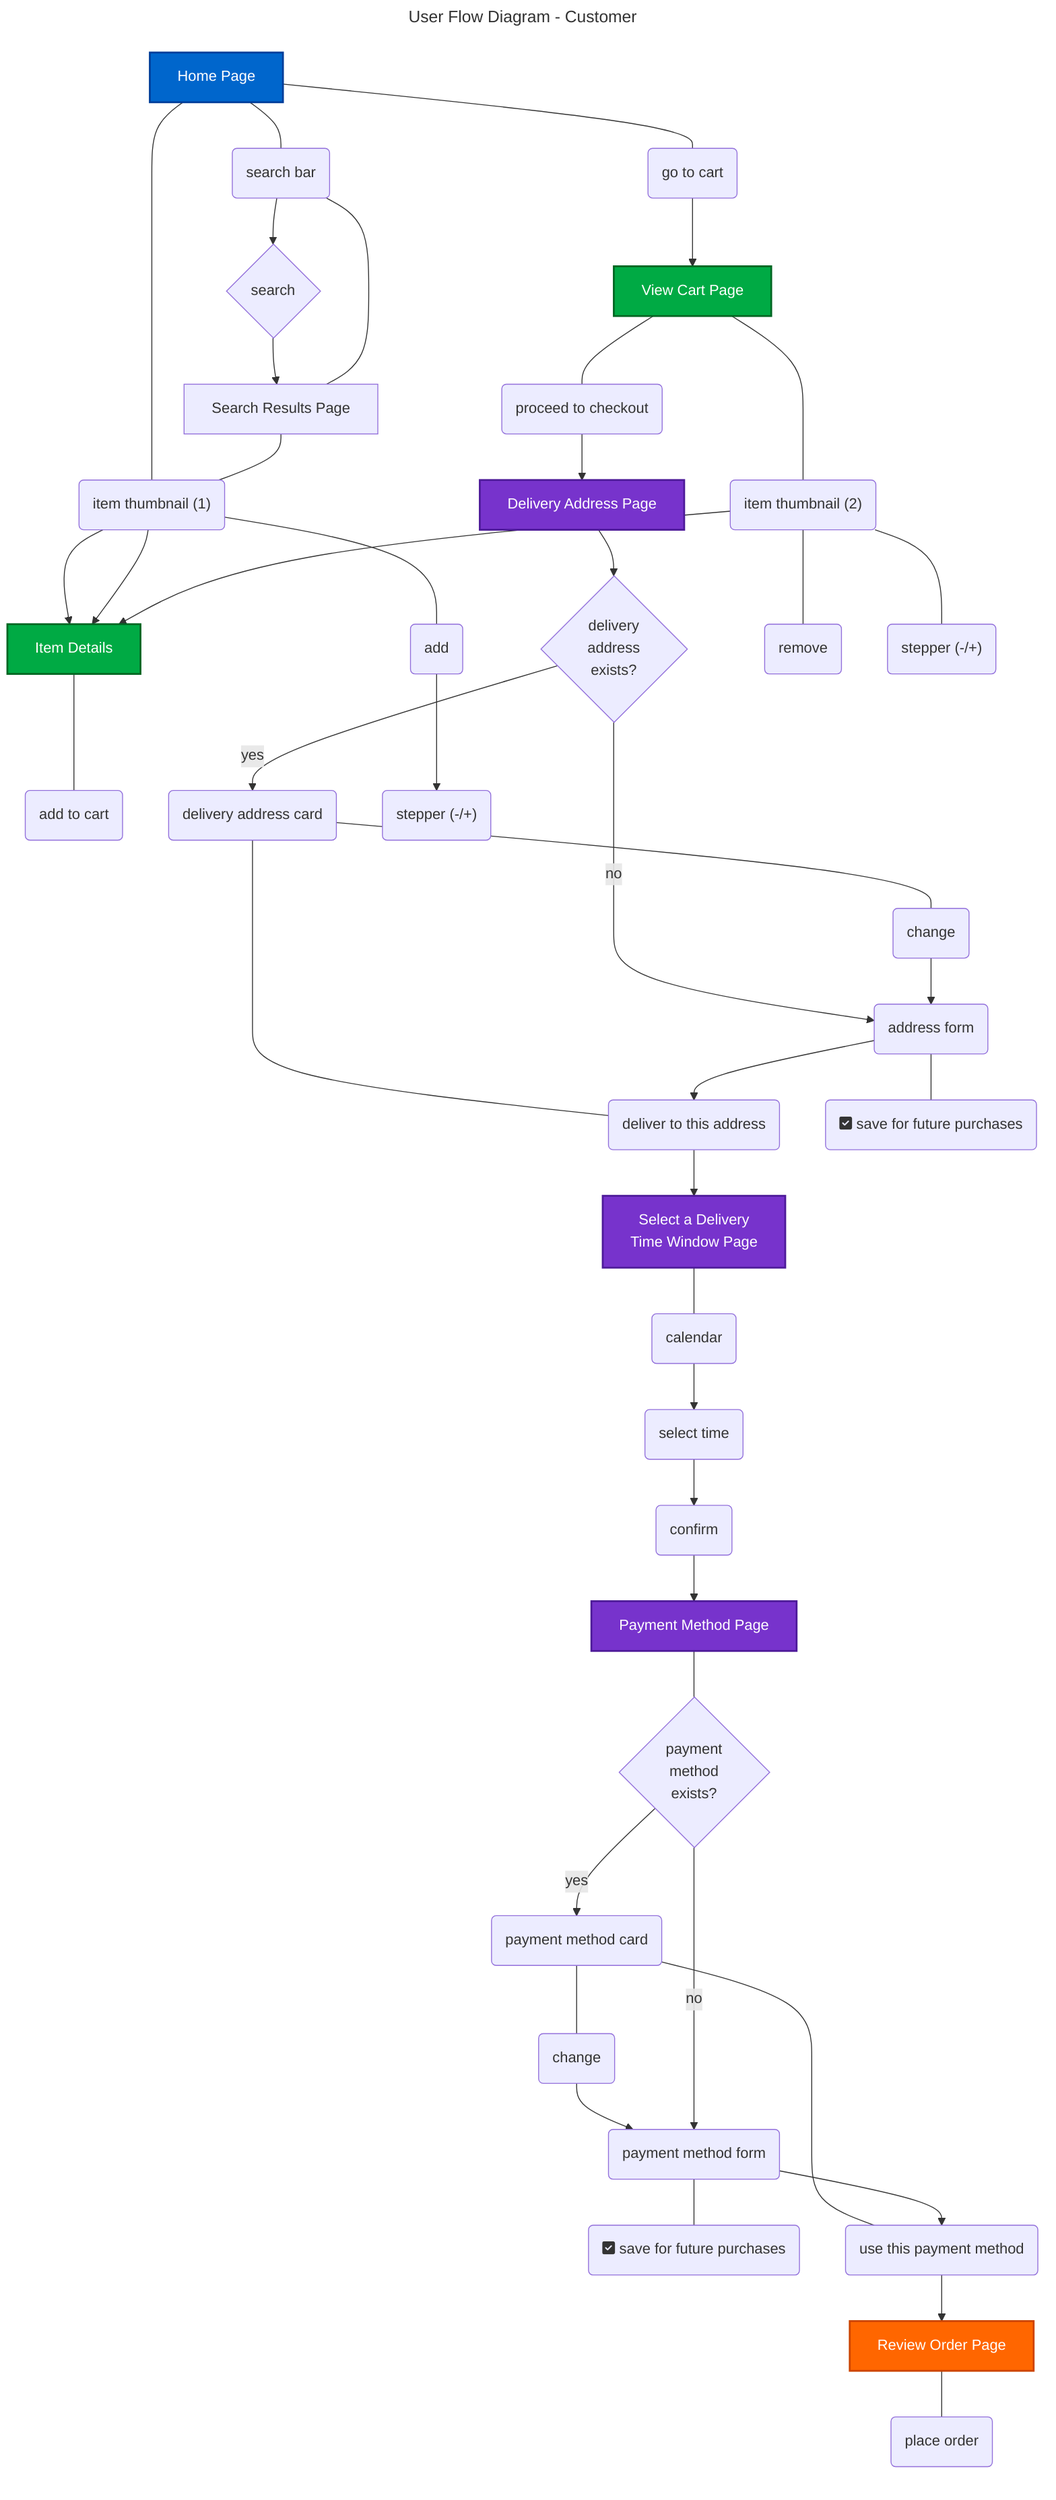
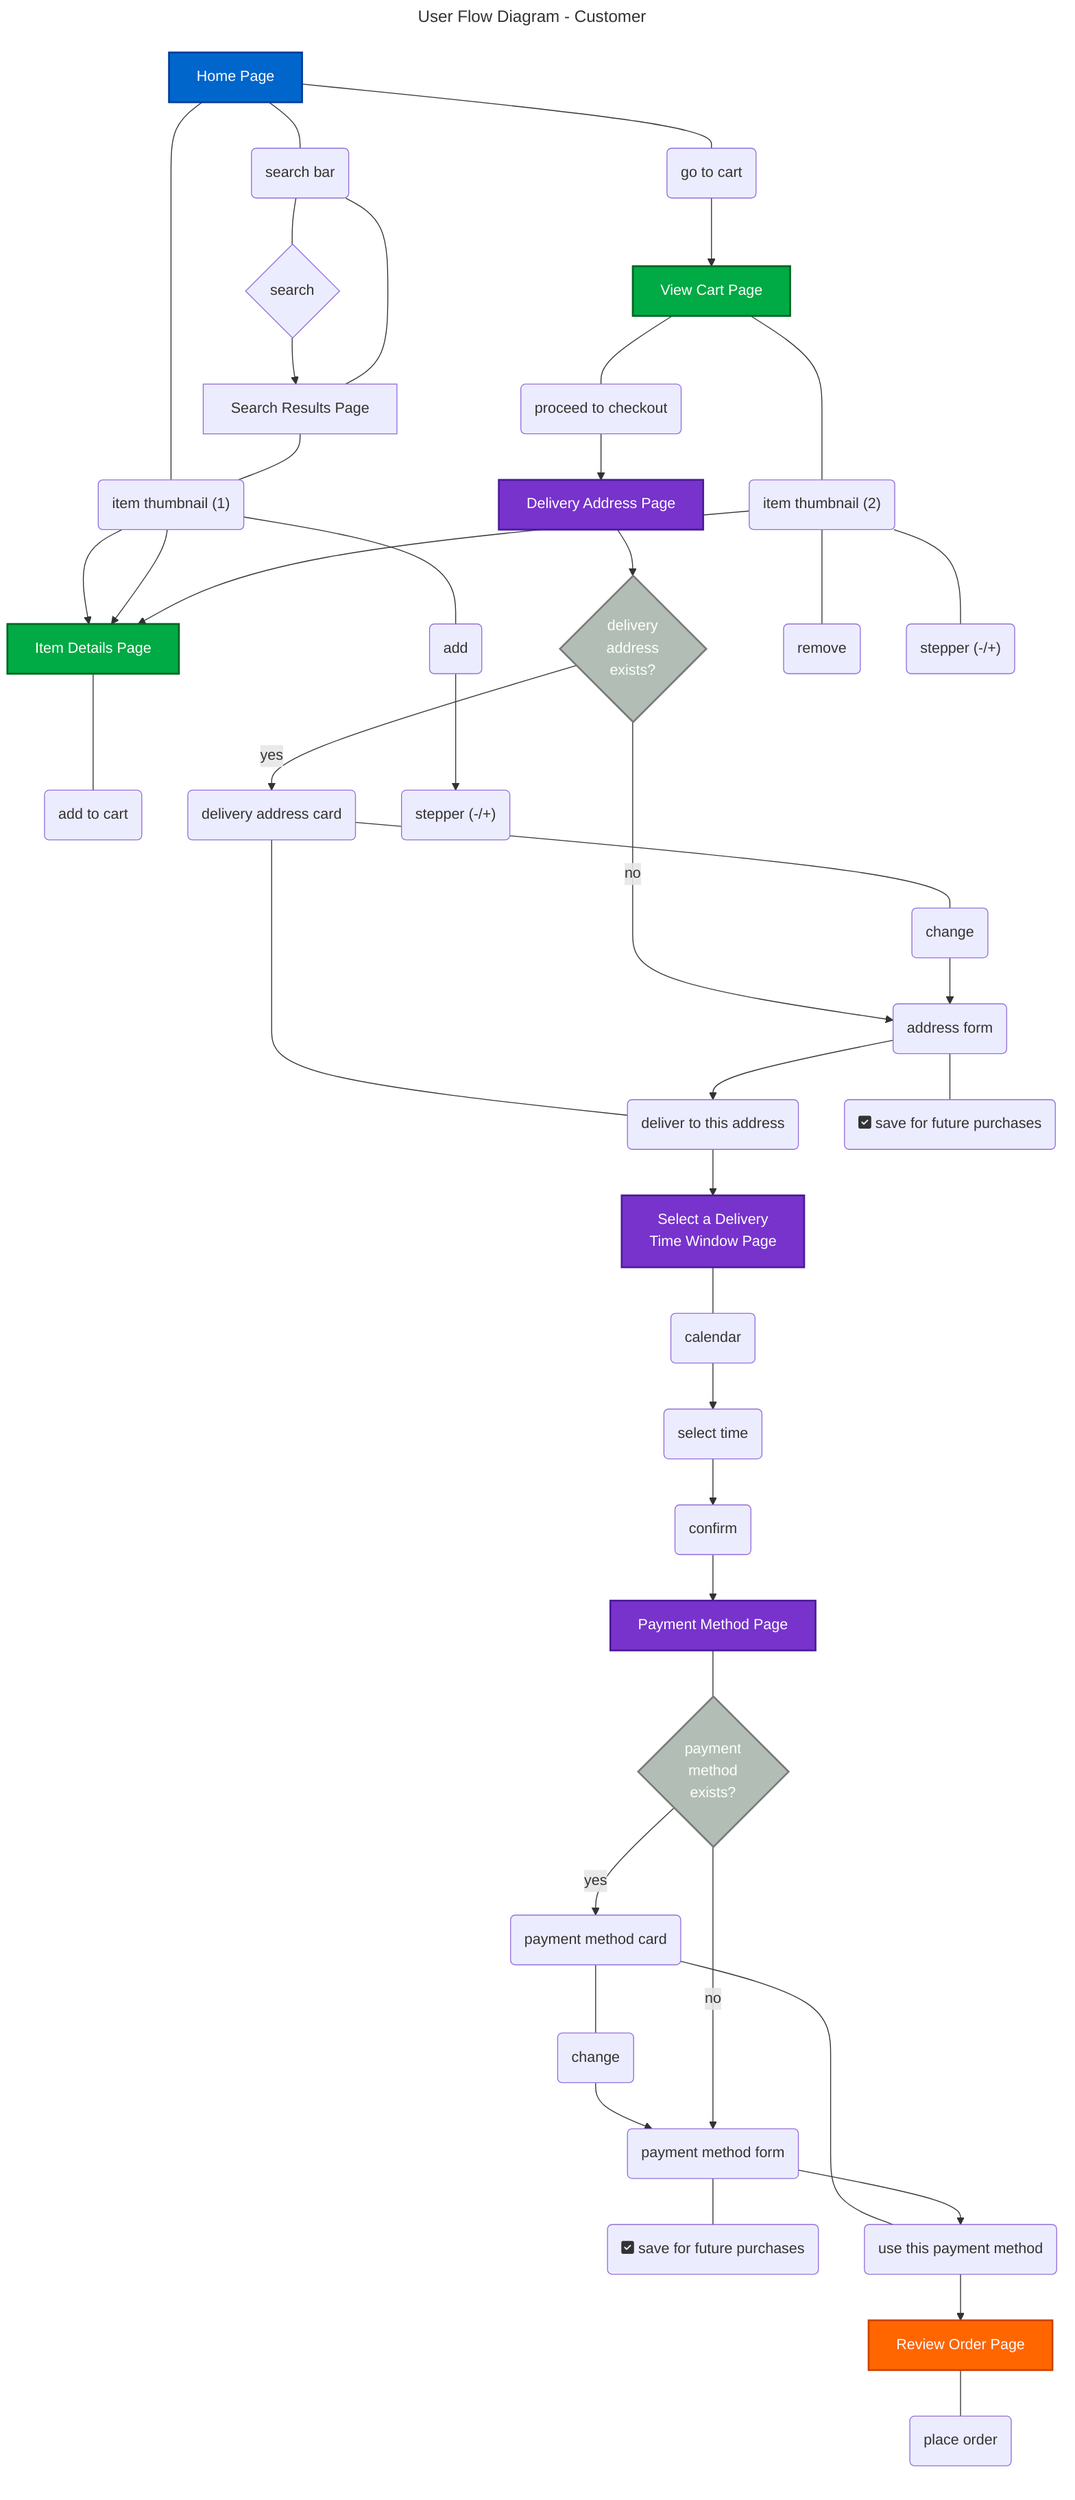
---
title: User Flow Diagram - Customer
---

%% CONVENTIONS USED

%% Diamonds are actions or logical predicates (denoted by curly braces, i.e., `{}`);
%% rectangles are pages (denoted by square brackets, i.e., `[]`);
%% rounded rectangles are (re-useable) components (denoted by parentheses, i.e., `()`).

%% A stepper is a UI component that allows the user to decrement or increment a quantity.

%% If there is an arrow from A to B, then that means that B is a page or component that
%% appears when A is selected.

%% If there is a line from A to B (i.e. `---`), then that means that B is a component of A.

flowchart TD

    %% NODES

    Add("add")
    AddToCart("add to cart")
    AddressForm("address form")
    Calendar("calendar")
    ChangeDeliveryAddress("change")
    ChangePaymentMethod("change")
    Confirm("confirm")
    DeliverToThisAddress("deliver to this address")
    DeliveryAddressCard("delivery address card")
    DeliveryAddressExists{"delivery<br>address<br>exists?"}
    DeliveryAddressPage["Delivery Address Page"]
    GoToCart("go to cart")
    HomePage["Home Page"]
-     ItemDetails["Item Details"]
+     ItemDetailsPage["Item Details Page"]
    ItemThumbnail1("item thumbnail (1)")
    ItemThumbnail2("item thumbnail (2)")
    PaymentMethodCard("payment method card")
    PaymentMethodExists{"payment<br>method<br>exists?"}
    PaymentMethodForm("payment method form")
    PaymentMethodPage["Payment Method Page"]
    PlaceOrder("place order")
    ReviewOrderPage["Review Order Page"]
    ProceedToCheckout("proceed to checkout")
    Remove("remove")
    SaveAddressForFuturePurchases("fa:fa-square-check save for future purchases")
    SavePaymentMethodForFuturePurchases("fa:fa-square-check save for future purchases")
    SearchBar("search bar")
    SearchResultsPage["Search Results Page"]
    Search{"search"}
    SelectDeliveryWindowPage["Select a Delivery<br>Time Window Page"]
    SelectTime("select time")
    Stepper1("stepper (-/+)")
    Stepper2("stepper (-/+)")
    UseThisPaymentMethod("use this payment method")
    ViewCartPage["View Cart Page"]


    %% EDGE CONNECTIONS BETWEEN NODES

    %% HomePage
    HomePage --- SearchBar
    HomePage --- ItemThumbnail1
    HomePage --- GoToCart
-     ItemThumbnail1 --> ItemDetails
+     ItemThumbnail1 --> ItemDetailsPage

    %% Go to cart
    GoToCart --> ViewCartPage

    %% Search bar
-     SearchBar --> Search --> SearchResultsPage
+     SearchBar --- Search --> SearchResultsPage

    %% Search results
    SearchResultsPage --- SearchBar
    SearchResultsPage --- ItemThumbnail1
    ItemThumbnail1 --- Add --> Stepper1
-     ItemThumbnail1 --> ItemDetails
-     ItemDetails --- AddToCart
+     ItemThumbnail1 --> ItemDetailsPage
+     ItemDetailsPage --- AddToCart

    %% View cart
    ViewCartPage --- ProceedToCheckout --> DeliveryAddressPage
    ViewCartPage --- ItemThumbnail2
    ItemThumbnail2 --- Stepper2
    ItemThumbnail2 --- Remove
-     ItemThumbnail2 --> ItemDetails
+     ItemThumbnail2 --> ItemDetailsPage

    %% Delivery address
    DeliveryAddressPage --> DeliveryAddressExists
    DeliveryAddressExists -->|yes| DeliveryAddressCard
    DeliveryAddressExists -->|no| AddressForm
    DeliveryAddressCard --- ChangeDeliveryAddress --> AddressForm
    DeliveryAddressCard --- DeliverToThisAddress
    AddressForm --- SaveAddressForFuturePurchases
    AddressForm --> DeliverToThisAddress
    DeliverToThisAddress --> SelectDeliveryWindowPage

    %% Select delivery time
    SelectDeliveryWindowPage --- Calendar --> SelectTime --> Confirm --> PaymentMethodPage

    %% Payment method
    PaymentMethodPage --- PaymentMethodExists
    PaymentMethodExists -->|yes| PaymentMethodCard
    PaymentMethodCard --- ChangePaymentMethod --> PaymentMethodForm
    PaymentMethodCard --- UseThisPaymentMethod
    PaymentMethodExists -->|no| PaymentMethodForm
    PaymentMethodForm --- SavePaymentMethodForFuturePurchases
    PaymentMethodForm --> UseThisPaymentMethod
    UseThisPaymentMethod --> ReviewOrderPage --- PlaceOrder


-     %% INDIVIDUAL NODE STYLING
-     style HomePage fill:#0066cc,color:#fff,stroke:#003d99,stroke-width:2px
-     %% Group 1: Item details and view cart (Green)
-     style ItemDetails fill:#00aa44,color:#fff,stroke:#006622,stroke-width:2px
-     style ViewCartPage fill:#00aa44,color:#fff,stroke:#006622,stroke-width:2px
-     %% Group 2: Delivery, time, and payment (Purple)
-     style DeliveryAddressPage fill:#7733cc,color:#fff,stroke:#4d1a99,stroke-width:2px
-     style SelectDeliveryWindowPage fill:#7733cc,color:#fff,stroke:#4d1a99,stroke-width:2px
-     style PaymentMethodPage fill:#7733cc,color:#fff,stroke:#4d1a99,stroke-width:2px
-     %% Group 3: Review order (Orange)
-     style ReviewOrderPage fill:#ff6600,color:#fff,stroke:#cc4400,stroke-width:2px+     %% CLASS DEFINITIONS
+     classDef primary fill:#0066cc,color:#fff,stroke:#003d99,stroke-width:2px
+     classDef secondary fill:#00aa44,color:#fff,stroke:#006622,stroke-width:2px
+     classDef tertiary fill:#7733cc,color:#fff,stroke:#4d1a99,stroke-width:2px
+     classDef accent fill:#ff6600,color:#fff,stroke:#cc4400,stroke-width:2px
+     classDef gray fill:#B2BEB5,color:#fff,stroke:#7a7a7a,stroke-width:2px
+ 
+     %% APPLY CLASSES TO NODES
+     class HomePage primary
+     class ItemDetailsPage,ViewCartPage secondary
+     class DeliveryAddressPage,SelectDeliveryWindowPage,PaymentMethodPage tertiary
+     class ReviewOrderPage accent
+     class DeliveryAddressExists,PaymentMethodExists gray